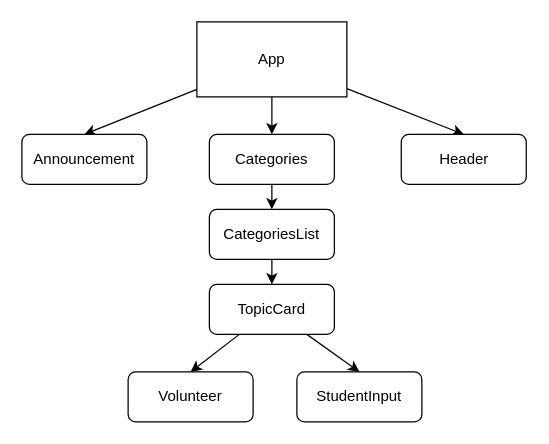
Before: src/components/componentsTree.drawio in maroaraujo/w9_frontend-project-intercoders-, a draw.io diagram. Source tidied: cells renumbered, new cells numbered last; positions are measured from the earlier drawing's top-left corner, leaving out a move shared by most shapes. Both pictures are drawn from the tidied source at 125%, with x=0, y=0 at pixel (21, 21).
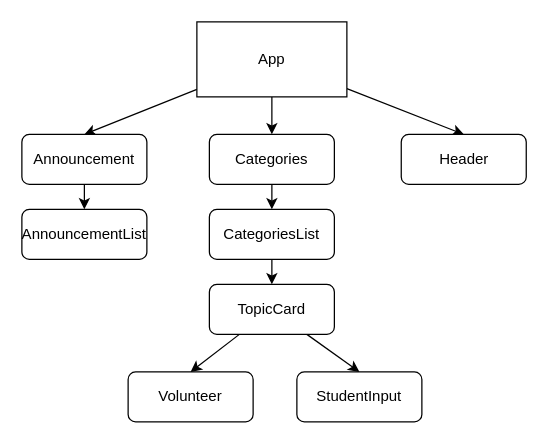
The same page after the edit.

Change to the diagram source:
```diff
@@
 <mxGraphModel>
   <root>
     <mxCell id="0" />
     <mxCell id="1" parent="0" />
     <mxCell id="2" style="edgeStyle=none;html=1;entryX=0.5;entryY=0;entryDx=0;entryDy=0;" parent="1" edge="1" source="5" target="6">
       <mxGeometry relative="1" as="geometry" />
     </mxCell>
     <mxCell id="3" style="edgeStyle=none;html=1;entryX=0.5;entryY=0;entryDx=0;entryDy=0;" parent="1" edge="1" source="5" target="14">
       <mxGeometry relative="1" as="geometry" />
     </mxCell>
     <mxCell id="4" style="edgeStyle=none;html=1;entryX=0.5;entryY=0;entryDx=0;entryDy=0;" parent="1" edge="1" source="5" target="8">
       <mxGeometry relative="1" as="geometry" />
     </mxCell>
     <mxCell id="5" value="App" style="rounded=0;whiteSpace=wrap;html=1;" parent="1" vertex="1">
       <mxGeometry x="140" width="120" height="60" as="geometry" />
     </mxCell>
+    <mxCell id="17" style="edgeStyle=none;html=1;" parent="1" edge="1" source="6" target="18">
+      <mxGeometry relative="1" as="geometry" />
+    </mxCell>
     <mxCell id="6" value="Announcement" style="rounded=1;whiteSpace=wrap;html=1;" parent="1" vertex="1">
       <mxGeometry y="90" width="100" height="40" as="geometry" />
     </mxCell>
     <mxCell id="7" style="edgeStyle=none;html=1;entryX=0.5;entryY=0;entryDx=0;entryDy=0;" parent="1" edge="1" source="8" target="10">
       <mxGeometry relative="1" as="geometry" />
     </mxCell>
     <mxCell id="8" value="Categories" style="rounded=1;whiteSpace=wrap;html=1;" parent="1" vertex="1">
       <mxGeometry x="150" y="90" width="100" height="40" as="geometry" />
     </mxCell>
     <mxCell id="9" style="edgeStyle=none;html=1;exitX=0.5;exitY=1;exitDx=0;exitDy=0;entryX=0.5;entryY=0;entryDx=0;entryDy=0;" parent="1" edge="1" source="10" target="13">
       <mxGeometry relative="1" as="geometry" />
     </mxCell>
     <mxCell id="10" value="CategoriesList" style="rounded=1;whiteSpace=wrap;html=1;" parent="1" vertex="1">
       <mxGeometry x="150" y="150" width="100" height="40" as="geometry" />
     </mxCell>
     <mxCell id="11" style="edgeStyle=none;html=1;entryX=0.5;entryY=0;entryDx=0;entryDy=0;" parent="1" edge="1" source="13" target="15">
       <mxGeometry relative="1" as="geometry" />
     </mxCell>
     <mxCell id="12" style="edgeStyle=none;html=1;entryX=0.5;entryY=0;entryDx=0;entryDy=0;" parent="1" edge="1" source="13" target="16">
       <mxGeometry relative="1" as="geometry" />
     </mxCell>
     <mxCell id="13" value="TopicCard" style="rounded=1;whiteSpace=wrap;html=1;" parent="1" vertex="1">
       <mxGeometry x="150" y="210" width="100" height="40" as="geometry" />
     </mxCell>
     <mxCell id="14" value="Header" style="rounded=1;whiteSpace=wrap;html=1;" parent="1" vertex="1">
       <mxGeometry x="303.5" y="90" width="100" height="40" as="geometry" />
     </mxCell>
     <mxCell id="15" value="StudentInput" style="rounded=1;whiteSpace=wrap;html=1;" parent="1" vertex="1">
       <mxGeometry x="220" y="280" width="100" height="40" as="geometry" />
     </mxCell>
     <mxCell id="16" value="Volunteer" style="rounded=1;whiteSpace=wrap;html=1;" parent="1" vertex="1">
       <mxGeometry x="85" y="280" width="100" height="40" as="geometry" />
     </mxCell>
+    <mxCell id="18" value="AnnouncementList" style="rounded=1;whiteSpace=wrap;html=1;" parent="1" vertex="1">
+      <mxGeometry y="150" width="100" height="40" as="geometry" />
+    </mxCell>
   </root>
 </mxGraphModel>
```
